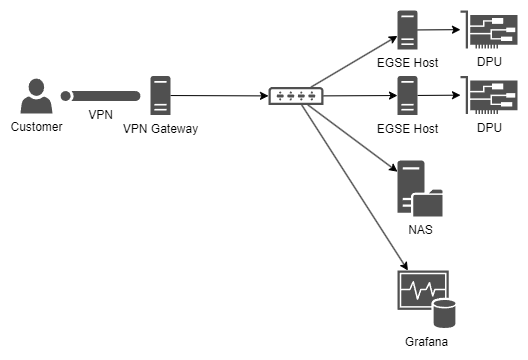
The draw.io diagram src/explain/images/customer-network.drawio.png in kplabs-pl/sml-docs, before a commit. Source tidied: cells renumbered, new cells last; positions are measured from the earlier drawing's top-left corner, leaving out a move shared by most shapes. Its diagram source:
```xml
<mxGraphModel background="#ffffff">
  <root>
    <mxCell id="0" />
    <mxCell id="1" parent="0" />
    <mxCell id="2" value="VPN" style="shadow=0;dashed=0;html=1;strokeColor=none;fillColor=#505050;labelPosition=center;verticalLabelPosition=bottom;verticalAlign=top;align=center;shape=mxgraph.office.servers.tunnel_straight;" parent="1" vertex="1">
      <mxGeometry x="40" y="80.5" width="80" height="10" as="geometry" />
    </mxCell>
    <mxCell id="3" style="edgeStyle=none;html=1;" parent="1" edge="1" source="4" target="10">
      <mxGeometry relative="1" as="geometry" />
    </mxCell>
    <mxCell id="4" value="VPN Gateway" style="shadow=0;dashed=0;html=1;strokeColor=none;fillColor=#505050;labelPosition=center;verticalLabelPosition=bottom;verticalAlign=top;outlineConnect=0;align=center;shape=mxgraph.office.servers.server_generic;" parent="1" vertex="1">
      <mxGeometry x="130" y="65.5" width="20" height="39" as="geometry" />
    </mxCell>
    <mxCell id="5" value="Customer" style="shadow=0;dashed=0;html=1;strokeColor=none;fillColor=#505050;labelPosition=center;verticalLabelPosition=bottom;verticalAlign=top;align=center;shape=mxgraph.office.users.user;" parent="1" vertex="1">
      <mxGeometry y="68" width="32" height="35" as="geometry" />
    </mxCell>
    <mxCell id="6" style="edgeStyle=none;html=1;" parent="1" edge="1" source="10" target="13">
      <mxGeometry relative="1" as="geometry" />
    </mxCell>
    <mxCell id="7" style="edgeStyle=none;html=1;" parent="1" edge="1" source="10" target="16">
      <mxGeometry relative="1" as="geometry" />
    </mxCell>
    <mxCell id="8" style="edgeStyle=none;html=1;" parent="1" edge="1" source="10" target="17">
      <mxGeometry relative="1" as="geometry" />
    </mxCell>
    <mxCell id="9" style="edgeStyle=none;html=1;" parent="1" edge="1" source="10" target="18">
      <mxGeometry relative="1" as="geometry" />
    </mxCell>
    <mxCell id="10" style="shadow=0;dashed=0;html=1;strokeColor=none;fillColor=#505050;labelPosition=center;verticalLabelPosition=bottom;verticalAlign=top;outlineConnect=0;align=center;shape=mxgraph.office.devices.switch;" parent="1" vertex="1">
      <mxGeometry x="248" y="76.5" width="55" height="18" as="geometry" />
    </mxCell>
    <mxCell id="11" value="DPU" style="shadow=0;dashed=0;html=1;strokeColor=none;fillColor=#505050;labelPosition=center;verticalLabelPosition=bottom;verticalAlign=top;outlineConnect=0;align=center;shape=mxgraph.office.devices.nic;" parent="1" vertex="1">
      <mxGeometry x="440" width="57" height="38" as="geometry" />
    </mxCell>
    <mxCell id="12" style="edgeStyle=none;html=1;" parent="1" edge="1" source="13" target="11">
      <mxGeometry relative="1" as="geometry" />
    </mxCell>
    <mxCell id="13" value="EGSE Host" style="shadow=0;dashed=0;html=1;strokeColor=none;fillColor=#505050;labelPosition=center;verticalLabelPosition=bottom;verticalAlign=top;outlineConnect=0;align=center;shape=mxgraph.office.servers.server_generic;spacingLeft=0;" parent="1" vertex="1">
      <mxGeometry x="377" width="20" height="39" as="geometry" />
    </mxCell>
    <mxCell id="14" value="DPU" style="shadow=0;dashed=0;html=1;strokeColor=none;fillColor=#505050;labelPosition=center;verticalLabelPosition=bottom;verticalAlign=top;outlineConnect=0;align=center;shape=mxgraph.office.devices.nic;" parent="1" vertex="1">
      <mxGeometry x="440" y="65.5" width="57" height="38" as="geometry" />
    </mxCell>
    <mxCell id="15" style="edgeStyle=none;html=1;" parent="1" edge="1" source="16" target="14">
      <mxGeometry relative="1" as="geometry" />
    </mxCell>
    <mxCell id="16" value="EGSE Host" style="shadow=0;dashed=0;html=1;strokeColor=none;fillColor=#505050;labelPosition=center;verticalLabelPosition=bottom;verticalAlign=top;outlineConnect=0;align=center;shape=mxgraph.office.servers.server_generic;spacingLeft=0;" parent="1" vertex="1">
      <mxGeometry x="377" y="65.5" width="20" height="39" as="geometry" />
    </mxCell>
    <mxCell id="17" value="NAS" style="shadow=0;dashed=0;html=1;strokeColor=none;fillColor=#505050;labelPosition=center;verticalLabelPosition=bottom;verticalAlign=top;outlineConnect=0;align=center;shape=mxgraph.office.servers.file_server;" parent="1" vertex="1">
      <mxGeometry x="377" y="150" width="45" height="56" as="geometry" />
    </mxCell>
    <mxCell id="18" value="Grafana" style="shadow=0;dashed=0;html=1;strokeColor=none;fillColor=#505050;labelPosition=center;verticalLabelPosition=bottom;verticalAlign=top;outlineConnect=0;align=center;shape=mxgraph.office.databases.monitoring_store;" parent="1" vertex="1">
      <mxGeometry x="377" y="260" width="58" height="58" as="geometry" />
    </mxCell>
  </root>
</mxGraphModel>
```
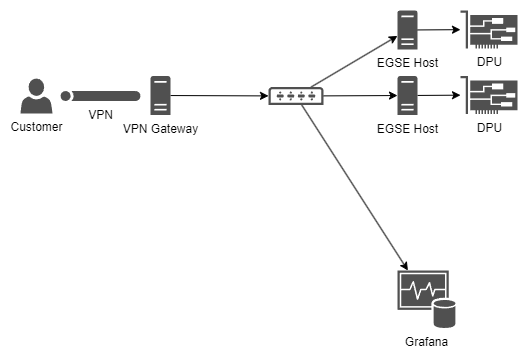
The same diagram one commit later.

Commit message:
Hide NAS

The edit, as a diff of the source:
```diff
@@ -20,7 +20,7 @@
     <mxCell id="7" style="edgeStyle=none;html=1;" parent="1" edge="1" source="10" target="16">
       <mxGeometry relative="1" as="geometry" />
     </mxCell>
-    <mxCell id="8" style="edgeStyle=none;html=1;" parent="1" edge="1" source="10" target="17">
+    <mxCell id="8" style="edgeStyle=none;html=1;strokeColor=none;" parent="1" edge="1" source="10" target="17">
       <mxGeometry relative="1" as="geometry" />
     </mxCell>
     <mxCell id="9" style="edgeStyle=none;html=1;" parent="1" edge="1" source="10" target="18">
@@ -47,7 +47,7 @@
     <mxCell id="16" value="EGSE Host" style="shadow=0;dashed=0;html=1;strokeColor=none;fillColor=#505050;labelPosition=center;verticalLabelPosition=bottom;verticalAlign=top;outlineConnect=0;align=center;shape=mxgraph.office.servers.server_generic;spacingLeft=0;" parent="1" vertex="1">
       <mxGeometry x="377" y="65.5" width="20" height="39" as="geometry" />
     </mxCell>
-    <mxCell id="17" value="NAS" style="shadow=0;dashed=0;html=1;strokeColor=none;fillColor=#505050;labelPosition=center;verticalLabelPosition=bottom;verticalAlign=top;outlineConnect=0;align=center;shape=mxgraph.office.servers.file_server;" parent="1" vertex="1">
+    <mxCell id="17" value="NAS" style="shadow=0;dashed=0;html=1;strokeColor=none;fillColor=none;labelPosition=center;verticalLabelPosition=bottom;verticalAlign=top;outlineConnect=0;align=center;shape=mxgraph.office.servers.file_server;fontColor=none;noLabel=1;" parent="1" vertex="1">
       <mxGeometry x="377" y="150" width="45" height="56" as="geometry" />
     </mxCell>
     <mxCell id="18" value="Grafana" style="shadow=0;dashed=0;html=1;strokeColor=none;fillColor=#505050;labelPosition=center;verticalLabelPosition=bottom;verticalAlign=top;outlineConnect=0;align=center;shape=mxgraph.office.databases.monitoring_store;" parent="1" vertex="1">
```
